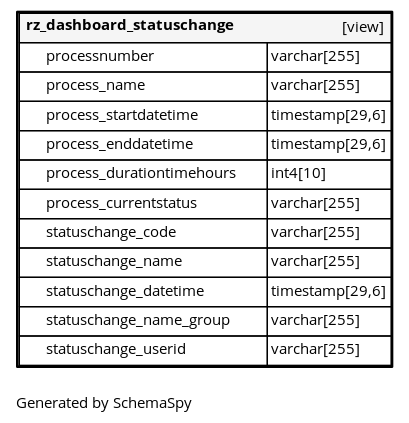
Above: db_standardzone_version01/diagrams/tables/rz_dashboard_statuschange.1degree.png in fyndoo/fyndoo.github.io (Graphviz), before the change. Its source is kept beside it as db_standardzone_version01/diagrams/tables/rz_dashboard_statuschange.1degree.dot.
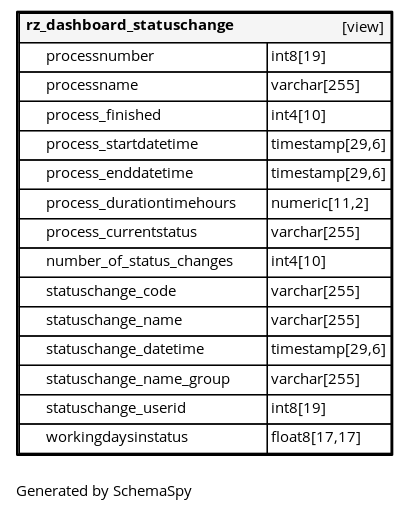
After the change.

Change to the diagram source:
```diff
@@ -22,17 +22,20 @@
    label=<
     <TABLE BORDER="2" CELLBORDER="1" CELLSPACING="0" BGCOLOR="#ffffff">
       <TR><TD COLSPAN="4"  BGCOLOR="#f5f5f5"><TABLE BORDER="0" CELLSPACING="0"><TR><TD ALIGN="LEFT" FIXEDSIZE="TRUE" WIDTH="165" HEIGHT="16"><B>rz_dashboard_statuschange</B></TD><TD ALIGN="RIGHT">[view]</TD></TR></TABLE></TD></TR>
-      <TR><TD PORT="processnumber" COLSPAN="2" ALIGN="LEFT"><TABLE BORDER="0" CELLSPACING="0" ALIGN="LEFT"><TR ALIGN="LEFT"><TD ALIGN="LEFT" FIXEDSIZE="TRUE" WIDTH="15" HEIGHT="16"></TD><TD ALIGN="LEFT" FIXEDSIZE="TRUE" WIDTH="165" HEIGHT="16">processnumber</TD></TR></TABLE></TD><TD PORT="processnumber.type" ALIGN="LEFT">varchar[255]</TD></TR>
-      <TR><TD PORT="process_name" COLSPAN="2" ALIGN="LEFT"><TABLE BORDER="0" CELLSPACING="0" ALIGN="LEFT"><TR ALIGN="LEFT"><TD ALIGN="LEFT" FIXEDSIZE="TRUE" WIDTH="15" HEIGHT="16"></TD><TD ALIGN="LEFT" FIXEDSIZE="TRUE" WIDTH="165" HEIGHT="16">process_name</TD></TR></TABLE></TD><TD PORT="process_name.type" ALIGN="LEFT">varchar[255]</TD></TR>
+      <TR><TD PORT="processnumber" COLSPAN="2" ALIGN="LEFT"><TABLE BORDER="0" CELLSPACING="0" ALIGN="LEFT"><TR ALIGN="LEFT"><TD ALIGN="LEFT" FIXEDSIZE="TRUE" WIDTH="15" HEIGHT="16"></TD><TD ALIGN="LEFT" FIXEDSIZE="TRUE" WIDTH="165" HEIGHT="16">processnumber</TD></TR></TABLE></TD><TD PORT="processnumber.type" ALIGN="LEFT">int8[19]</TD></TR>
+      <TR><TD PORT="processname" COLSPAN="2" ALIGN="LEFT"><TABLE BORDER="0" CELLSPACING="0" ALIGN="LEFT"><TR ALIGN="LEFT"><TD ALIGN="LEFT" FIXEDSIZE="TRUE" WIDTH="15" HEIGHT="16"></TD><TD ALIGN="LEFT" FIXEDSIZE="TRUE" WIDTH="165" HEIGHT="16">processname</TD></TR></TABLE></TD><TD PORT="processname.type" ALIGN="LEFT">varchar[255]</TD></TR>
+      <TR><TD PORT="process_finished" COLSPAN="2" ALIGN="LEFT"><TABLE BORDER="0" CELLSPACING="0" ALIGN="LEFT"><TR ALIGN="LEFT"><TD ALIGN="LEFT" FIXEDSIZE="TRUE" WIDTH="15" HEIGHT="16"></TD><TD ALIGN="LEFT" FIXEDSIZE="TRUE" WIDTH="165" HEIGHT="16">process_finished</TD></TR></TABLE></TD><TD PORT="process_finished.type" ALIGN="LEFT">int4[10]</TD></TR>
       <TR><TD PORT="process_startdatetime" COLSPAN="2" ALIGN="LEFT"><TABLE BORDER="0" CELLSPACING="0" ALIGN="LEFT"><TR ALIGN="LEFT"><TD ALIGN="LEFT" FIXEDSIZE="TRUE" WIDTH="15" HEIGHT="16"></TD><TD ALIGN="LEFT" FIXEDSIZE="TRUE" WIDTH="165" HEIGHT="16">process_startdatetime</TD></TR></TABLE></TD><TD PORT="process_startdatetime.type" ALIGN="LEFT">timestamp[29,6]</TD></TR>
       <TR><TD PORT="process_enddatetime" COLSPAN="2" ALIGN="LEFT"><TABLE BORDER="0" CELLSPACING="0" ALIGN="LEFT"><TR ALIGN="LEFT"><TD ALIGN="LEFT" FIXEDSIZE="TRUE" WIDTH="15" HEIGHT="16"></TD><TD ALIGN="LEFT" FIXEDSIZE="TRUE" WIDTH="165" HEIGHT="16">process_enddatetime</TD></TR></TABLE></TD><TD PORT="process_enddatetime.type" ALIGN="LEFT">timestamp[29,6]</TD></TR>
-      <TR><TD PORT="process_durationtimehours" COLSPAN="2" ALIGN="LEFT"><TABLE BORDER="0" CELLSPACING="0" ALIGN="LEFT"><TR ALIGN="LEFT"><TD ALIGN="LEFT" FIXEDSIZE="TRUE" WIDTH="15" HEIGHT="16"></TD><TD ALIGN="LEFT" FIXEDSIZE="TRUE" WIDTH="165" HEIGHT="16">process_durationtimehours</TD></TR></TABLE></TD><TD PORT="process_durationtimehours.type" ALIGN="LEFT">int4[10]</TD></TR>
+      <TR><TD PORT="process_durationtimehours" COLSPAN="2" ALIGN="LEFT"><TABLE BORDER="0" CELLSPACING="0" ALIGN="LEFT"><TR ALIGN="LEFT"><TD ALIGN="LEFT" FIXEDSIZE="TRUE" WIDTH="15" HEIGHT="16"></TD><TD ALIGN="LEFT" FIXEDSIZE="TRUE" WIDTH="165" HEIGHT="16">process_durationtimehours</TD></TR></TABLE></TD><TD PORT="process_durationtimehours.type" ALIGN="LEFT">numeric[11,2]</TD></TR>
       <TR><TD PORT="process_currentstatus" COLSPAN="2" ALIGN="LEFT"><TABLE BORDER="0" CELLSPACING="0" ALIGN="LEFT"><TR ALIGN="LEFT"><TD ALIGN="LEFT" FIXEDSIZE="TRUE" WIDTH="15" HEIGHT="16"></TD><TD ALIGN="LEFT" FIXEDSIZE="TRUE" WIDTH="165" HEIGHT="16">process_currentstatus</TD></TR></TABLE></TD><TD PORT="process_currentstatus.type" ALIGN="LEFT">varchar[255]</TD></TR>
+      <TR><TD PORT="number_of_status_changes" COLSPAN="2" ALIGN="LEFT"><TABLE BORDER="0" CELLSPACING="0" ALIGN="LEFT"><TR ALIGN="LEFT"><TD ALIGN="LEFT" FIXEDSIZE="TRUE" WIDTH="15" HEIGHT="16"></TD><TD ALIGN="LEFT" FIXEDSIZE="TRUE" WIDTH="165" HEIGHT="16">number_of_status_changes</TD></TR></TABLE></TD><TD PORT="number_of_status_changes.type" ALIGN="LEFT">int4[10]</TD></TR>
       <TR><TD PORT="statuschange_code" COLSPAN="2" ALIGN="LEFT"><TABLE BORDER="0" CELLSPACING="0" ALIGN="LEFT"><TR ALIGN="LEFT"><TD ALIGN="LEFT" FIXEDSIZE="TRUE" WIDTH="15" HEIGHT="16"></TD><TD ALIGN="LEFT" FIXEDSIZE="TRUE" WIDTH="165" HEIGHT="16">statuschange_code</TD></TR></TABLE></TD><TD PORT="statuschange_code.type" ALIGN="LEFT">varchar[255]</TD></TR>
       <TR><TD PORT="statuschange_name" COLSPAN="2" ALIGN="LEFT"><TABLE BORDER="0" CELLSPACING="0" ALIGN="LEFT"><TR ALIGN="LEFT"><TD ALIGN="LEFT" FIXEDSIZE="TRUE" WIDTH="15" HEIGHT="16"></TD><TD ALIGN="LEFT" FIXEDSIZE="TRUE" WIDTH="165" HEIGHT="16">statuschange_name</TD></TR></TABLE></TD><TD PORT="statuschange_name.type" ALIGN="LEFT">varchar[255]</TD></TR>
       <TR><TD PORT="statuschange_datetime" COLSPAN="2" ALIGN="LEFT"><TABLE BORDER="0" CELLSPACING="0" ALIGN="LEFT"><TR ALIGN="LEFT"><TD ALIGN="LEFT" FIXEDSIZE="TRUE" WIDTH="15" HEIGHT="16"></TD><TD ALIGN="LEFT" FIXEDSIZE="TRUE" WIDTH="165" HEIGHT="16">statuschange_datetime</TD></TR></TABLE></TD><TD PORT="statuschange_datetime.type" ALIGN="LEFT">timestamp[29,6]</TD></TR>
       <TR><TD PORT="statuschange_name_group" COLSPAN="2" ALIGN="LEFT"><TABLE BORDER="0" CELLSPACING="0" ALIGN="LEFT"><TR ALIGN="LEFT"><TD ALIGN="LEFT" FIXEDSIZE="TRUE" WIDTH="15" HEIGHT="16"></TD><TD ALIGN="LEFT" FIXEDSIZE="TRUE" WIDTH="165" HEIGHT="16">statuschange_name_group</TD></TR></TABLE></TD><TD PORT="statuschange_name_group.type" ALIGN="LEFT">varchar[255]</TD></TR>
-      <TR><TD PORT="statuschange_userid" COLSPAN="2" ALIGN="LEFT"><TABLE BORDER="0" CELLSPACING="0" ALIGN="LEFT"><TR ALIGN="LEFT"><TD ALIGN="LEFT" FIXEDSIZE="TRUE" WIDTH="15" HEIGHT="16"></TD><TD ALIGN="LEFT" FIXEDSIZE="TRUE" WIDTH="165" HEIGHT="16">statuschange_userid</TD></TR></TABLE></TD><TD PORT="statuschange_userid.type" ALIGN="LEFT">varchar[255]</TD></TR>
+      <TR><TD PORT="statuschange_userid" COLSPAN="2" ALIGN="LEFT"><TABLE BORDER="0" CELLSPACING="0" ALIGN="LEFT"><TR ALIGN="LEFT"><TD ALIGN="LEFT" FIXEDSIZE="TRUE" WIDTH="15" HEIGHT="16"></TD><TD ALIGN="LEFT" FIXEDSIZE="TRUE" WIDTH="165" HEIGHT="16">statuschange_userid</TD></TR></TABLE></TD><TD PORT="statuschange_userid.type" ALIGN="LEFT">int8[19]</TD></TR>
+      <TR><TD PORT="workingdaysinstatus" COLSPAN="2" ALIGN="LEFT"><TABLE BORDER="0" CELLSPACING="0" ALIGN="LEFT"><TR ALIGN="LEFT"><TD ALIGN="LEFT" FIXEDSIZE="TRUE" WIDTH="15" HEIGHT="16"></TD><TD ALIGN="LEFT" FIXEDSIZE="TRUE" WIDTH="165" HEIGHT="16">workingdaysinstatus</TD></TR></TABLE></TD><TD PORT="workingdaysinstatus.type" ALIGN="LEFT">float8[17,17]</TD></TR>
     </TABLE>>
     URL="rz_dashboard_statuschange.html"
     target="_top"
```
